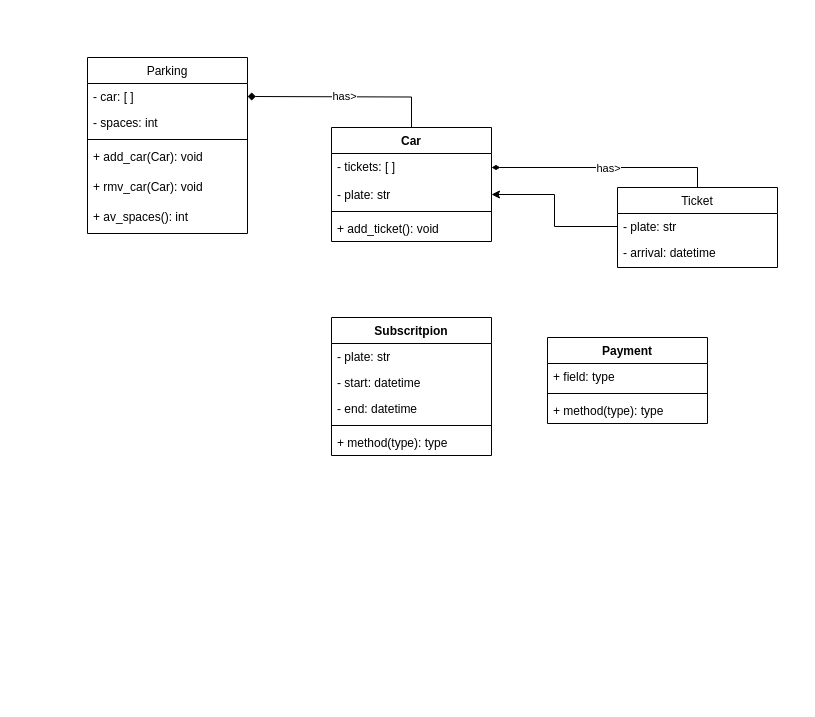
This is ParkEase.drawio from toruke/2tm1_ParkEase, a draw.io file, before an edit. Source tidied: cells renumbered, new cells numbered last; positions are measured from the earlier drawing's top-left corner, leaving out a move shared by most shapes. Both pictures are drawn from the tidied source at 100%, with x=0, y=0 at pixel (87, 57).
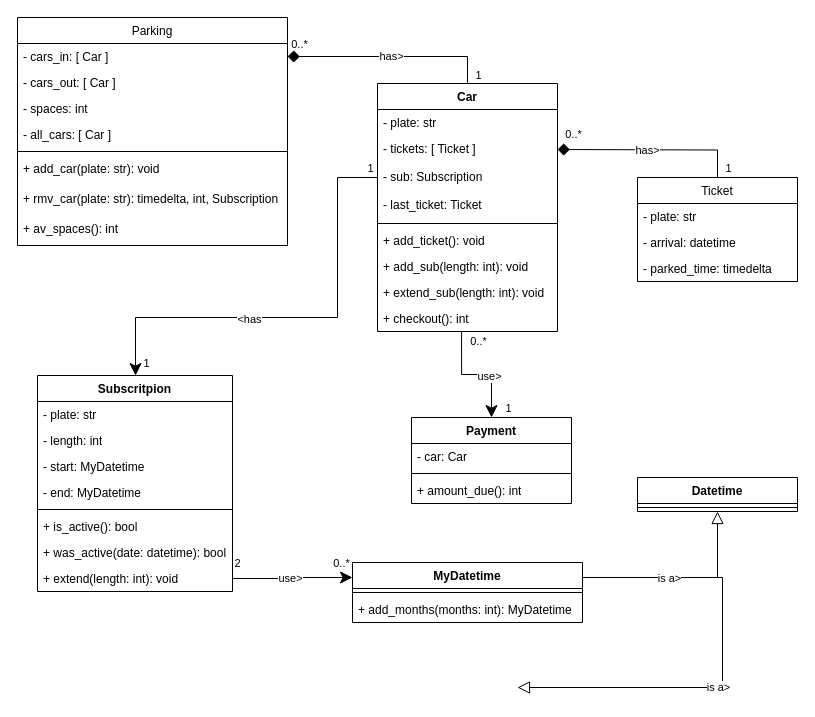
The same diagram, later.

Commit message:
uml abonnement et paiement

Unchanged cells that the change refers to:
```xml
<mxCell id="10" value="- plate: str" style="text;align=left;verticalAlign=top;spacingLeft=4;spacingRight=4;overflow=hidden;points=[[0,0.5],[1,0.5]];portConstraint=eastwest;" parent="9" vertex="1">
  <mxGeometry y="26" width="160" height="26" as="geometry" />
</mxCell>
```

The edit, as a diff of the source:
```diff
@@
     <mxCell id="2" value="Parking" style="swimlane;fontStyle=0;align=center;verticalAlign=top;horizontal=1;startSize=26;rounded=0;shadow=0;strokeWidth=1;" parent="1" vertex="1">
-      <mxGeometry width="160" height="176" as="geometry" />
+      <mxGeometry x="-70" y="-40" width="270" height="228" as="geometry" />
     </mxCell>
-    <mxCell id="3" value="- car: [ ]" style="text;align=left;verticalAlign=top;spacingLeft=4;spacingRight=4;overflow=hidden;points=[[0,0.5],[1,0.5]];portConstraint=eastwest;" parent="2" vertex="1">
-      <mxGeometry y="26" width="160" height="26" as="geometry" />
+    <mxCell id="3" value="- cars_in: [ Car ]" style="text;align=left;verticalAlign=top;spacingLeft=4;spacingRight=4;overflow=hidden;points=[[0,0.5],[1,0.5]];portConstraint=eastwest;" parent="2" vertex="1">
+      <mxGeometry y="26" width="270" height="26" as="geometry" />
     </mxCell>
+    <mxCell id="31" value="- cars_out: [ Car ]" style="text;align=left;verticalAlign=top;spacingLeft=4;spacingRight=4;overflow=hidden;" parent="2" vertex="1">
+      <mxGeometry y="52" width="270" height="26" as="geometry" />
+    </mxCell>
     <mxCell id="4" value="- spaces: int" style="text;align=left;verticalAlign=top;spacingLeft=4;spacingRight=4;overflow=hidden;" parent="2" vertex="1">
-      <mxGeometry y="52" width="160" height="26" as="geometry" />
+      <mxGeometry y="78" width="270" height="26" as="geometry" />
     </mxCell>
+    <mxCell id="32" value="- all_cars: [ Car ]" style="text;align=left;verticalAlign=top;spacingLeft=4;spacingRight=4;overflow=hidden;" parent="2" vertex="1">
+      <mxGeometry y="104" width="270" height="26" as="geometry" />
+    </mxCell>
     <mxCell id="5" style="line;html=1;strokeWidth=1;align=left;verticalAlign=middle;spacingTop=-1;spacingLeft=3;spacingRight=3;labelPosition=right;" parent="2" vertex="1">
-      <mxGeometry y="78" width="160" height="8" as="geometry" />
+      <mxGeometry y="130" width="270" height="8" as="geometry" />
     </mxCell>
-    <mxCell id="6" value="+ add_car(Car): void" style="text;align=left;verticalAlign=top;spacingLeft=4;spacingRight=4;overflow=hidden;" parent="2" vertex="1">
-      <mxGeometry y="86" width="160" height="30" as="geometry" />
+    <mxCell id="6" value="+ add_car(plate: str): void" style="text;align=left;verticalAlign=top;spacingLeft=4;spacingRight=4;overflow=hidden;" parent="2" vertex="1">
+      <mxGeometry y="138" width="270" height="30" as="geometry" />
     </mxCell>
-    <mxCell id="7" value="+ rmv_car(Car): void" style="text;align=left;verticalAlign=top;spacingLeft=4;spacingRight=4;overflow=hidden;" parent="2" vertex="1">
-      <mxGeometry y="116" width="160" height="30" as="geometry" />
+    <mxCell id="7" value="+ rmv_car(plate: str): timedelta, int, Subscription" style="text;align=left;verticalAlign=top;spacingLeft=4;spacingRight=4;overflow=hidden;" parent="2" vertex="1">
+      <mxGeometry y="168" width="270" height="30" as="geometry" />
     </mxCell>
     <mxCell id="8" value="+ av_spaces(): int" style="text;align=left;verticalAlign=top;spacingLeft=4;spacingRight=4;overflow=hidden;" parent="2" vertex="1">
-      <mxGeometry y="146" width="160" height="30" as="geometry" />
+      <mxGeometry y="198" width="270" height="30" as="geometry" />
     </mxCell>
     <mxCell id="9" value="Ticket" style="swimlane;fontStyle=0;align=center;verticalAlign=top;horizontal=1;startSize=26;rounded=0;shadow=0;strokeWidth=1;" parent="1" vertex="1">
-      <mxGeometry x="530" y="130" width="160" height="80" as="geometry" />
+      <mxGeometry x="550" y="120" width="160" height="104" as="geometry" />
     </mxCell>
@@
+    <mxCell id="33" value="- parked_time: timedelta" style="text;align=left;verticalAlign=top;spacingLeft=4;spacingRight=4;overflow=hidden;" parent="9" vertex="1">
+      <mxGeometry y="78" width="160" height="26" as="geometry" />
+    </mxCell>
-    <mxCell id="12" value="has&amp;gt;" style="edgeStyle=orthogonalEdgeStyle;rounded=0;jettySize=auto;html=1;exitX=1;exitY=0.5;exitDx=0;exitDy=0;startArrow=diamond;startFill=1;endArrow=none;endFill=0;entryX=0.5;entryY=0;entryDx=0;entryDy=0;" parent="1" edge="1" target="13">
-      <mxGeometry relative="1" as="geometry">
-        <mxPoint x="160" y="39" as="sourcePoint" />
-      </mxGeometry>
+    <mxCell id="12" value="has&amp;gt;" style="edgeStyle=orthogonalEdgeStyle;rounded=0;jettySize=auto;html=1;exitX=1;exitY=0.5;exitDx=0;exitDy=0;startArrow=diamond;startFill=1;endArrow=none;endFill=0;entryX=0.5;entryY=0;entryDx=0;entryDy=0;startSize=10;" parent="1" edge="1" source="3" target="13">
+      <mxGeometry relative="1" as="geometry" />
     </mxCell>
+    <mxCell id="34" value="0..*" style="edgeLabel;html=1;align=center;verticalAlign=middle;" parent="12" vertex="1">
+      <mxGeometry x="-0.89" relative="1" as="geometry">
+        <mxPoint y="-13" as="offset" />
+      </mxGeometry>
+    </mxCell>
+    <mxCell id="35" value="1" style="edgeLabel;html=1;align=center;verticalAlign=middle;" parent="12" vertex="1">
+      <mxGeometry x="0.91" y="-2" relative="1" as="geometry">
+        <mxPoint x="12" as="offset" />
+      </mxGeometry>
+    </mxCell>
     <mxCell id="13" value="Car" style="swimlane;fontStyle=1;align=center;verticalAlign=top;horizontal=1;startSize=26;whiteSpace=wrap;html=1;" parent="1" vertex="1">
-      <mxGeometry x="244" y="70" width="160" height="114" as="geometry" />
+      <mxGeometry x="290" y="26" width="180" height="248" as="geometry" />
     </mxCell>
+    <mxCell id="15" value="- plate: str" style="text;strokeColor=none;fillColor=none;align=left;verticalAlign=top;spacingLeft=4;spacingRight=4;overflow=hidden;points=[[0,0.5],[1,0.5]];portConstraint=eastwest;whiteSpace=wrap;html=1;" parent="13" vertex="1">
+      <mxGeometry y="26" width="180" height="26" as="geometry" />
+    </mxCell>
-    <mxCell id="14" value="- tickets: [ ]" style="text;strokeColor=none;fillColor=none;align=left;verticalAlign=top;spacingLeft=4;spacingRight=4;overflow=hidden;points=[[0,0.5],[1,0.5]];portConstraint=eastwest;whiteSpace=wrap;html=1;" parent="13" vertex="1">
-      <mxGeometry y="26" width="160" height="28" as="geometry" />
+    <mxCell id="14" value="- tickets: [ Ticket ]" style="text;strokeColor=none;fillColor=none;align=left;verticalAlign=top;spacingLeft=4;spacingRight=4;overflow=hidden;points=[[0,0.5],[1,0.5]];portConstraint=eastwest;whiteSpace=wrap;html=1;" parent="13" vertex="1">
+      <mxGeometry y="52" width="180" height="28" as="geometry" />
     </mxCell>
-    <mxCell id="15" value="- plate: str" style="text;strokeColor=none;fillColor=none;align=left;verticalAlign=top;spacingLeft=4;spacingRight=4;overflow=hidden;points=[[0,0.5],[1,0.5]];portConstraint=eastwest;whiteSpace=wrap;html=1;" parent="13" vertex="1">
-      <mxGeometry y="54" width="160" height="26" as="geometry" />
-    </mxCell>
+    <mxCell id="36" value="- sub: Subscription" style="text;strokeColor=none;fillColor=none;align=left;verticalAlign=top;spacingLeft=4;spacingRight=4;overflow=hidden;points=[[0,0.5],[1,0.5]];portConstraint=eastwest;whiteSpace=wrap;html=1;" parent="13" vertex="1">
+      <mxGeometry y="80" width="180" height="28" as="geometry" />
+    </mxCell>
+    <mxCell id="37" value="- last_ticket: Ticket" style="text;strokeColor=none;fillColor=none;align=left;verticalAlign=top;spacingLeft=4;spacingRight=4;overflow=hidden;whiteSpace=wrap;html=1;" parent="13" vertex="1">
+      <mxGeometry y="108" width="180" height="28" as="geometry" />
+    </mxCell>
     <mxCell id="16" style="line;strokeWidth=1;fillColor=none;align=left;verticalAlign=middle;spacingTop=-1;spacingLeft=3;spacingRight=3;labelPosition=right;strokeColor=inherit;" parent="13" vertex="1">
-      <mxGeometry y="80" width="160" height="8" as="geometry" />
+      <mxGeometry y="136" width="180" height="8" as="geometry" />
     </mxCell>
     <mxCell id="17" value="+ add_ticket(): void" style="text;strokeColor=none;fillColor=none;align=left;verticalAlign=top;spacingLeft=4;spacingRight=4;overflow=hidden;whiteSpace=wrap;html=1;" parent="13" vertex="1">
-      <mxGeometry y="88" width="160" height="26" as="geometry" />
+      <mxGeometry y="144" width="180" height="26" as="geometry" />
     </mxCell>
-    <mxCell id="18" style="edgeStyle=orthogonalEdgeStyle;rounded=0;jettySize=auto;html=1;exitX=0;exitY=0.5;exitDx=0;exitDy=0;entryX=1;entryY=0.5;entryDx=0;entryDy=0;" parent="1" edge="1" source="10" target="15">
-      <mxGeometry relative="1" as="geometry" />
-    </mxCell>
+    <mxCell id="38" value="+ add_sub(length: int): void" style="text;strokeColor=none;fillColor=none;align=left;verticalAlign=top;spacingLeft=4;spacingRight=4;overflow=hidden;whiteSpace=wrap;html=1;" parent="13" vertex="1">
+      <mxGeometry y="170" width="180" height="26" as="geometry" />
+    </mxCell>
+    <mxCell id="39" value="+ extend_sub(length: int): void" style="text;strokeColor=none;fillColor=none;align=left;verticalAlign=top;spacingLeft=4;spacingRight=4;overflow=hidden;whiteSpace=wrap;html=1;" parent="13" vertex="1">
+      <mxGeometry y="196" width="180" height="26" as="geometry" />
+    </mxCell>
+    <mxCell id="40" value="+ checkout(): int" style="text;strokeColor=none;fillColor=none;align=left;verticalAlign=top;spacingLeft=4;spacingRight=4;overflow=hidden;points=[[0,0.5],[1,0.5]];portConstraint=eastwest;whiteSpace=wrap;html=1;" parent="13" vertex="1">
+      <mxGeometry y="222" width="180" height="26" as="geometry" />
+    </mxCell>
-    <mxCell id="19" style="edgeStyle=orthogonalEdgeStyle;rounded=0;jettySize=auto;html=1;exitX=1;exitY=0.5;exitDx=0;exitDy=0;entryX=0.5;entryY=0;entryDx=0;entryDy=0;startArrow=diamondThin;startFill=1;endArrow=none;endFill=0;" parent="1" edge="1" source="14" target="9">
-      <mxGeometry relative="1" as="geometry" />
+    <mxCell id="19" style="edgeStyle=orthogonalEdgeStyle;rounded=0;jettySize=auto;html=1;entryX=0.5;entryY=0;entryDx=0;entryDy=0;startArrow=diamond;startFill=1;endArrow=none;endFill=0;startSize=10;" parent="1" edge="1" target="9">
+      <mxGeometry relative="1" as="geometry">
+        <mxPoint x="470" y="92" as="sourcePoint" />
+      </mxGeometry>
     </mxCell>
@@
+    <mxCell id="41" value="0..*" style="edgeLabel;html=1;align=center;verticalAlign=middle;" parent="19" vertex="1">
+      <mxGeometry x="-0.84" y="2" relative="1" as="geometry">
+        <mxPoint y="-14" as="offset" />
+      </mxGeometry>
+    </mxCell>
+    <mxCell id="42" value="1" style="edgeLabel;html=1;align=center;verticalAlign=middle;" parent="19" vertex="1">
+      <mxGeometry x="0.9" y="1" relative="1" as="geometry">
+        <mxPoint x="9" as="offset" />
+      </mxGeometry>
+    </mxCell>
     <mxCell id="21" value="Subscritpion" style="swimlane;fontStyle=1;align=center;verticalAlign=top;horizontal=1;startSize=26;whiteSpace=wrap;html=1;" parent="1" vertex="1">
-      <mxGeometry x="244" y="260" width="160" height="138" as="geometry" />
+      <mxGeometry x="-50" y="318" width="195" height="216" as="geometry" />
     </mxCell>
     <mxCell id="22" value="- plate: str" style="text;strokeColor=none;fillColor=none;align=left;verticalAlign=top;spacingLeft=4;spacingRight=4;overflow=hidden;whiteSpace=wrap;html=1;" parent="21" vertex="1">
-      <mxGeometry y="26" width="160" height="26" as="geometry" />
+      <mxGeometry y="26" width="195" height="26" as="geometry" />
     </mxCell>
+    <mxCell id="24" value="- length: int" style="text;strokeColor=none;fillColor=none;align=left;verticalAlign=top;spacingLeft=4;spacingRight=4;overflow=hidden;whiteSpace=wrap;html=1;" parent="21" vertex="1">
+      <mxGeometry y="52" width="195" height="26" as="geometry" />
+    </mxCell>
-    <mxCell id="23" value="- start: datetime" style="text;strokeColor=none;fillColor=none;align=left;verticalAlign=top;spacingLeft=4;spacingRight=4;overflow=hidden;whiteSpace=wrap;html=1;" parent="21" vertex="1">
-      <mxGeometry y="52" width="160" height="26" as="geometry" />
+    <mxCell id="23" value="- start: MyDatetime" style="text;strokeColor=none;fillColor=none;align=left;verticalAlign=top;spacingLeft=4;spacingRight=4;overflow=hidden;whiteSpace=wrap;html=1;" parent="21" vertex="1">
+      <mxGeometry y="78" width="195" height="26" as="geometry" />
     </mxCell>
-    <mxCell id="24" value="- end: datetime" style="text;strokeColor=none;fillColor=none;align=left;verticalAlign=top;spacingLeft=4;spacingRight=4;overflow=hidden;whiteSpace=wrap;html=1;" parent="21" vertex="1">
-      <mxGeometry y="78" width="160" height="26" as="geometry" />
-    </mxCell>
+    <mxCell id="43" value="- end: MyDatetime" style="text;strokeColor=none;fillColor=none;align=left;verticalAlign=top;spacingLeft=4;spacingRight=4;overflow=hidden;whiteSpace=wrap;html=1;" parent="21" vertex="1">
+      <mxGeometry y="104" width="195" height="26" as="geometry" />
+    </mxCell>
     <mxCell id="25" style="line;strokeWidth=1;fillColor=none;align=left;verticalAlign=middle;spacingTop=-1;spacingLeft=3;spacingRight=3;labelPosition=right;strokeColor=inherit;" parent="21" vertex="1">
-      <mxGeometry y="104" width="160" height="8" as="geometry" />
+      <mxGeometry y="130" width="195" height="8" as="geometry" />
     </mxCell>
-    <mxCell id="26" value="+ method(type): type" style="text;strokeColor=none;fillColor=none;align=left;verticalAlign=top;spacingLeft=4;spacingRight=4;overflow=hidden;whiteSpace=wrap;html=1;" parent="21" vertex="1">
-      <mxGeometry y="112" width="160" height="26" as="geometry" />
+    <mxCell id="26" value="+ is_active(): bool" style="text;strokeColor=none;fillColor=none;align=left;verticalAlign=top;spacingLeft=4;spacingRight=4;overflow=hidden;whiteSpace=wrap;html=1;" parent="21" vertex="1">
+      <mxGeometry y="138" width="195" height="26" as="geometry" />
     </mxCell>
+    <mxCell id="44" value="+ was_active(date: datetime): bool" style="text;strokeColor=none;fillColor=none;align=left;verticalAlign=top;spacingLeft=4;spacingRight=4;overflow=hidden;whiteSpace=wrap;html=1;" parent="21" vertex="1">
+      <mxGeometry y="164" width="195" height="26" as="geometry" />
+    </mxCell>
+    <mxCell id="45" value="+ extend(length: int): void" style="text;strokeColor=none;fillColor=none;align=left;verticalAlign=top;spacingLeft=4;spacingRight=4;overflow=hidden;points=[[0,0.5],[1,0.5]];portConstraint=eastwest;whiteSpace=wrap;html=1;" parent="21" vertex="1">
+      <mxGeometry y="190" width="195" height="26" as="geometry" />
+    </mxCell>
     <mxCell id="27" value="Payment" style="swimlane;fontStyle=1;align=center;verticalAlign=top;horizontal=1;startSize=26;whiteSpace=wrap;html=1;" parent="1" vertex="1">
-      <mxGeometry x="460" y="280" width="160" height="86" as="geometry" />
+      <mxGeometry x="324" y="360" width="160" height="86" as="geometry" />
     </mxCell>
-    <mxCell id="28" value="+ field: type" style="text;strokeColor=none;fillColor=none;align=left;verticalAlign=top;spacingLeft=4;spacingRight=4;overflow=hidden;whiteSpace=wrap;html=1;" parent="27" vertex="1">
+    <mxCell id="28" value="- car: Car" style="text;strokeColor=none;fillColor=none;align=left;verticalAlign=top;spacingLeft=4;spacingRight=4;overflow=hidden;whiteSpace=wrap;html=1;" parent="27" vertex="1">
       <mxGeometry y="26" width="160" height="26" as="geometry" />
     </mxCell>
@@
-    <mxCell id="30" value="+ method(type): type" style="text;strokeColor=none;fillColor=none;align=left;verticalAlign=top;spacingLeft=4;spacingRight=4;overflow=hidden;whiteSpace=wrap;html=1;" parent="27" vertex="1">
+    <mxCell id="30" value="+ amount_due(): int" style="text;strokeColor=none;fillColor=none;align=left;verticalAlign=top;spacingLeft=4;spacingRight=4;overflow=hidden;whiteSpace=wrap;html=1;" parent="27" vertex="1">
       <mxGeometry y="60" width="160" height="26" as="geometry" />
     </mxCell>
+    <mxCell id="46" style="edgeStyle=orthogonalEdgeStyle;rounded=0;jettySize=auto;html=1;exitX=1;exitY=0.25;exitDx=0;exitDy=0;endArrow=block;endFill=0;endSize=10;entryX=0.528;entryY=1.103;entryDx=0;entryDy=0;entryPerimeter=0;" parent="1" edge="1" source="50">
+      <mxGeometry relative="1" as="geometry">
+        <mxPoint x="430" y="630" as="targetPoint" />
+        <Array as="points">
+          <mxPoint x="635" y="520" />
+        </Array>
+      </mxGeometry>
+    </mxCell>
+    <mxCell id="47" value="is a&amp;gt;" style="edgeLabel;html=1;align=center;verticalAlign=middle;" parent="46" vertex="1">
+      <mxGeometry x="0.12" y="-1" relative="1" as="geometry" />
+    </mxCell>
+    <mxCell id="48" style="edgeStyle=orthogonalEdgeStyle;rounded=0;jettySize=auto;html=1;exitX=1;exitY=0.25;exitDx=0;exitDy=0;entryX=0.5;entryY=1;entryDx=0;entryDy=0;endArrow=block;endFill=0;endSize=10;" parent="1" edge="1" source="50" target="53">
+      <mxGeometry relative="1" as="geometry" />
+    </mxCell>
+    <mxCell id="49" value="is a&amp;gt;" style="edgeLabel;html=1;align=center;verticalAlign=middle;" parent="48" vertex="1">
+      <mxGeometry x="-0.14" relative="1" as="geometry" />
+    </mxCell>
+    <mxCell id="50" value="MyDatetime" style="swimlane;fontStyle=1;align=center;verticalAlign=top;horizontal=1;startSize=26;whiteSpace=wrap;html=1;" parent="1" vertex="1">
+      <mxGeometry x="265" y="505" width="230" height="60" as="geometry" />
+    </mxCell>
+    <mxCell id="51" style="line;strokeWidth=1;fillColor=none;align=left;verticalAlign=middle;spacingTop=-1;spacingLeft=3;spacingRight=3;labelPosition=right;strokeColor=inherit;" parent="50" vertex="1">
+      <mxGeometry y="26" width="230" height="8" as="geometry" />
+    </mxCell>
+    <mxCell id="52" value="+ add_months(months: int): MyDatetime" style="text;strokeColor=none;fillColor=none;align=left;verticalAlign=top;spacingLeft=4;spacingRight=4;overflow=hidden;whiteSpace=wrap;html=1;" parent="50" vertex="1">
+      <mxGeometry y="34" width="230" height="26" as="geometry" />
+    </mxCell>
+    <mxCell id="53" value="Datetime" style="swimlane;fontStyle=1;align=center;verticalAlign=top;horizontal=1;startSize=26;whiteSpace=wrap;html=1;" parent="1" vertex="1">
+      <mxGeometry x="550" y="420" width="160" height="34" as="geometry" />
+    </mxCell>
+    <mxCell id="54" style="line;strokeWidth=1;fillColor=none;align=left;verticalAlign=middle;spacingTop=-1;spacingLeft=3;spacingRight=3;labelPosition=right;strokeColor=inherit;" parent="53" vertex="1">
+      <mxGeometry y="26" width="160" height="8" as="geometry" />
+    </mxCell>
+    <mxCell id="55" style="edgeStyle=orthogonalEdgeStyle;rounded=0;jettySize=auto;html=1;exitX=1;exitY=0.5;exitDx=0;exitDy=0;entryX=0;entryY=0.25;entryDx=0;entryDy=0;endSize=10;" parent="1" edge="1" source="45" target="50">
+      <mxGeometry relative="1" as="geometry" />
+    </mxCell>
+    <mxCell id="56" value="use&amp;gt;" style="edgeLabel;html=1;align=center;verticalAlign=middle;" parent="55" vertex="1">
+      <mxGeometry x="-0.05" y="3" relative="1" as="geometry">
+        <mxPoint y="2" as="offset" />
+      </mxGeometry>
+    </mxCell>
+    <mxCell id="57" value="0..*" style="edgeLabel;html=1;align=center;verticalAlign=middle;" parent="55" vertex="1">
+      <mxGeometry x="0.8" relative="1" as="geometry">
+        <mxPoint y="-15" as="offset" />
+      </mxGeometry>
+    </mxCell>
+    <mxCell id="58" value="2" style="edgeLabel;html=1;align=center;verticalAlign=middle;" parent="55" vertex="1">
+      <mxGeometry x="-0.9" y="2" relative="1" as="geometry">
+        <mxPoint x="-2" y="-14" as="offset" />
+      </mxGeometry>
+    </mxCell>
+    <mxCell id="59" style="edgeStyle=orthogonalEdgeStyle;rounded=0;jettySize=auto;html=1;exitX=0;exitY=0.5;exitDx=0;exitDy=0;endSize=10;" parent="1" edge="1" source="36">
+      <mxGeometry relative="1" as="geometry">
+        <mxPoint x="48" y="318" as="targetPoint" />
+        <Array as="points">
+          <mxPoint x="250" y="120" />
+          <mxPoint x="250" y="260" />
+          <mxPoint x="48" y="260" />
+        </Array>
+      </mxGeometry>
+    </mxCell>
+    <mxCell id="60" value="&amp;lt;has" style="edgeLabel;html=1;align=center;verticalAlign=middle;" parent="59" vertex="1">
+      <mxGeometry x="0.22" y="1" relative="1" as="geometry">
+        <mxPoint x="-1" as="offset" />
+      </mxGeometry>
+    </mxCell>
+    <mxCell id="61" value="1" style="edgeLabel;html=1;align=center;verticalAlign=middle;" parent="59" vertex="1">
+      <mxGeometry x="-0.94" y="1" relative="1" as="geometry">
+        <mxPoint x="5" y="-11" as="offset" />
+      </mxGeometry>
+    </mxCell>
+    <mxCell id="62" value="1" style="edgeLabel;html=1;align=center;verticalAlign=middle;" parent="59" vertex="1">
+      <mxGeometry x="0.94" y="-1" relative="1" as="geometry">
+        <mxPoint x="11" as="offset" />
+      </mxGeometry>
+    </mxCell>
+    <mxCell id="63" style="edgeStyle=orthogonalEdgeStyle;rounded=0;jettySize=auto;html=1;exitX=0.5;exitY=0;exitDx=0;exitDy=0;entryX=0.467;entryY=1.012;entryDx=0;entryDy=0;entryPerimeter=0;endArrow=none;endFill=0;startArrow=classic;startFill=1;startSize=10;" parent="1" edge="1" source="27" target="40">
+      <mxGeometry relative="1" as="geometry" />
+    </mxCell>
+    <mxCell id="64" value="use&amp;gt;" style="edgeLabel;html=1;align=center;verticalAlign=middle;" parent="63" vertex="1">
+      <mxGeometry x="-0.2" y="1" relative="1" as="geometry" />
+    </mxCell>
+    <mxCell id="65" value="0..*" style="edgeLabel;html=1;align=center;verticalAlign=middle;" parent="63" vertex="1">
+      <mxGeometry x="0.64" y="-1" relative="1" as="geometry">
+        <mxPoint x="15" y="-11" as="offset" />
+      </mxGeometry>
+    </mxCell>
+    <mxCell id="66" value="1" style="edgeLabel;html=1;align=center;verticalAlign=middle;" parent="63" vertex="1">
+      <mxGeometry x="-0.72" y="-2" relative="1" as="geometry">
+        <mxPoint x="14" y="6" as="offset" />
+      </mxGeometry>
+    </mxCell>
```
